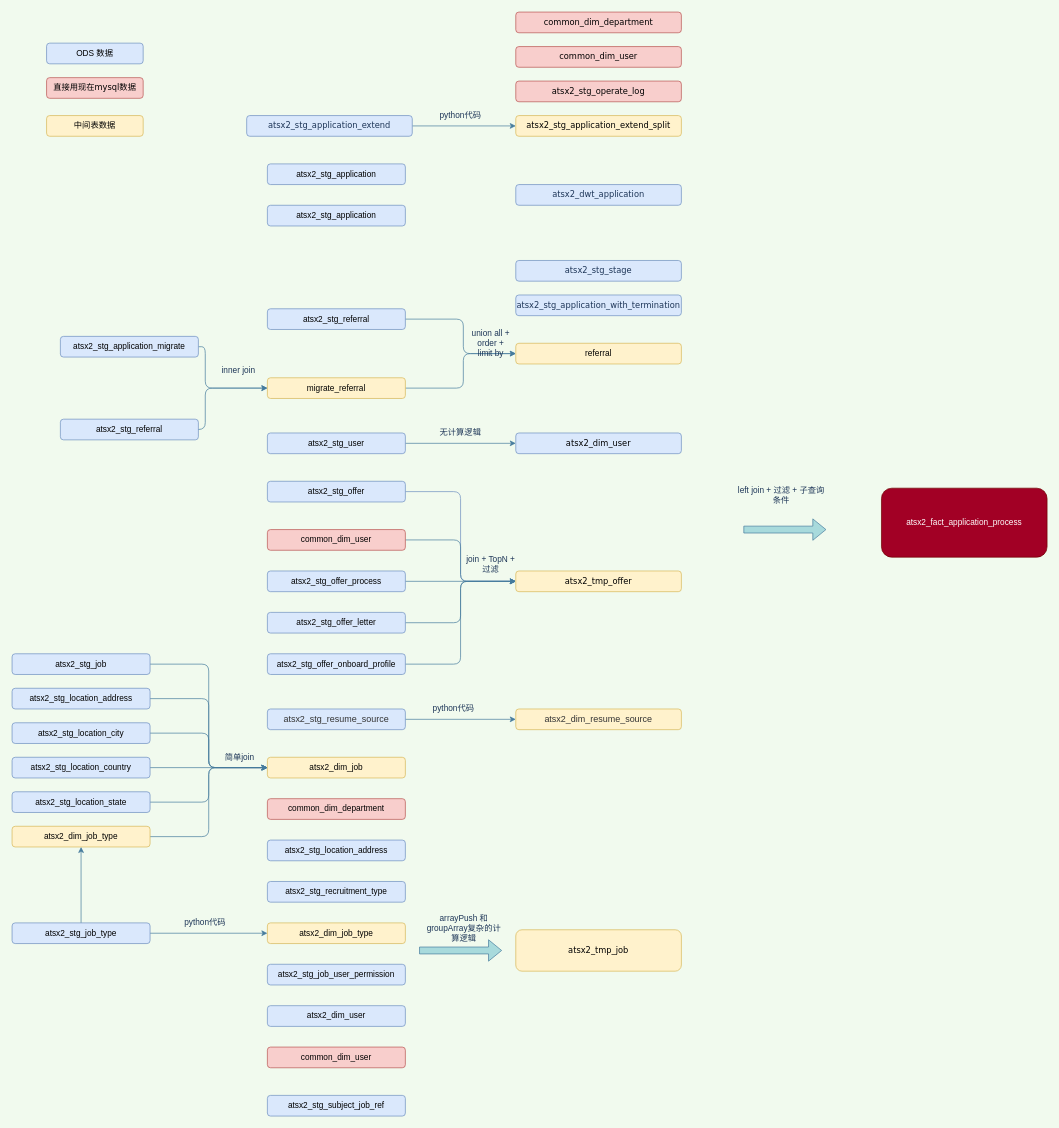
This is atsx_data_flow.drawio from cicelprg/drawio, a draw.io file, before an edit. Source tidied: cells renumbered, new cells numbered last; positions are measured from the earlier drawing's top-left corner, leaving out a move shared by most shapes. Both pictures are drawn from the tidied source at 69%, with x=0, y=0 at pixel (12, 12).
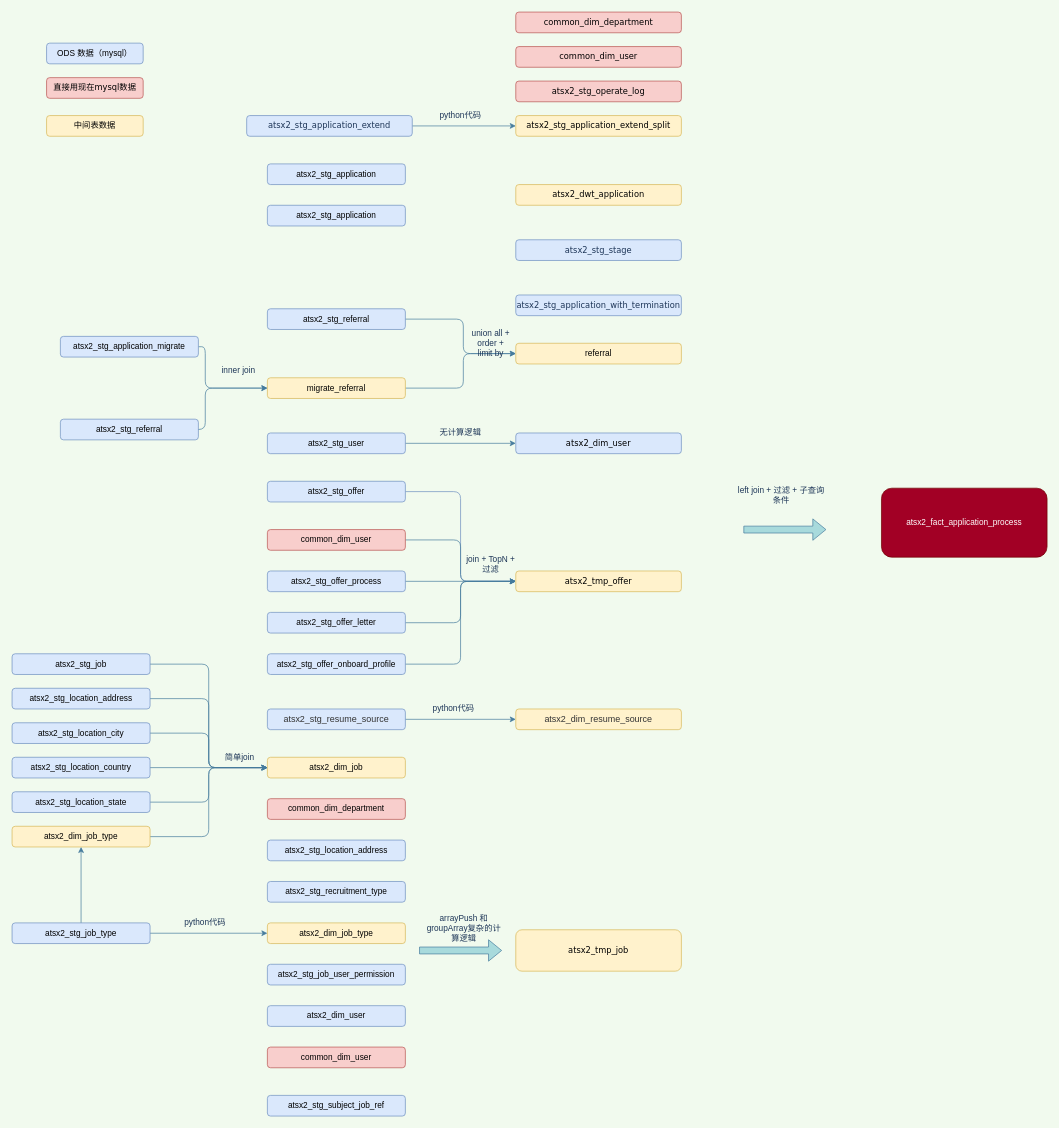
The same page after the edit.

The edit, as a diff of the source:
```diff
@@
-    <mxCell id="14" value="&lt;span style=&quot;font-family: &amp;#34;verdana&amp;#34;&quot;&gt;atsx2_dwt_application&lt;/span&gt;" style="rounded=1;whiteSpace=wrap;html=1;sketch=0;strokeColor=#6c8ebf;fillColor=#dae8fc;fontColor=#1D3557;" parent="1" vertex="1">
+    <mxCell id="14" value="&lt;span style=&quot;font-family: &amp;#34;verdana&amp;#34;&quot;&gt;atsx2_dwt_application&lt;/span&gt;" style="rounded=1;whiteSpace=wrap;html=1;sketch=0;strokeColor=#d6b656;fillColor=#fff2cc;" parent="1" vertex="1">
       <mxGeometry x="730" y="250" width="240" height="30" as="geometry" />
     </mxCell>
@@
     <mxCell id="16" value="&lt;span style=&quot;font-family: &amp;#34;verdana&amp;#34;&quot;&gt;atsx2_stg_stage&lt;/span&gt;" style="rounded=1;whiteSpace=wrap;html=1;sketch=0;strokeColor=#6c8ebf;fillColor=#dae8fc;fontColor=#1D3557;" parent="1" vertex="1">
-      <mxGeometry x="730" y="360" width="240" height="30" as="geometry" />
+      <mxGeometry x="730" y="330" width="240" height="30" as="geometry" />
     </mxCell>
@@
-    <mxCell id="63" value="ODS 数据" style="rounded=1;whiteSpace=wrap;html=1;sketch=0;strokeColor=#6c8ebf;fillColor=#dae8fc;" parent="1" vertex="1">
+    <mxCell id="63" value="ODS 数据（mysql）" style="rounded=1;whiteSpace=wrap;html=1;sketch=0;strokeColor=#6c8ebf;fillColor=#dae8fc;" parent="1" vertex="1">
       <mxGeometry x="50" y="45" width="140" height="30" as="geometry" />
     </mxCell>
```
